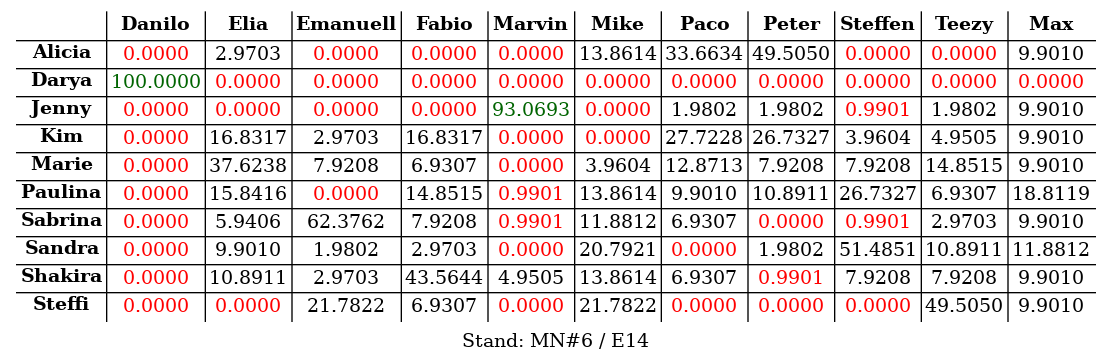
This is s03r/s03r_tab.png from atticus-sullivan/sim-ayto, a Graphviz export, as it was before one commit. Its source is kept beside it as s03r/s03r_tab.dot.
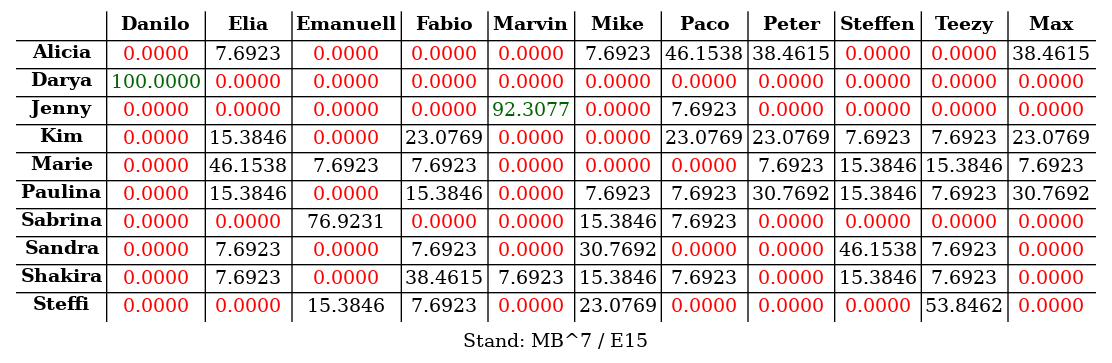
Later version of the same file.

The edit, as a diff of the source:
```diff
@@ -1,4 +1,4 @@
-digraph structs { labelloc="b"; label="Stand: MN#6 / E14"; node[shape=plaintext] struct[label=<
+digraph structs { labelloc="b"; label="Stand: MB^7 / E15"; node[shape=plaintext] struct[label=<
 <table cellspacing="2" border="0" rows="*" columns="*">
 <tr>
 <td></td>
@@ -17,16 +17,16 @@
 <tr>
 <td><B>Alicia</B></td>
 <td><font color="red">0.0000</font></td>
-<td><font color="black">2.9703</font></td>
+<td><font color="black">7.6923</font></td>
 <td><font color="red">0.0000</font></td>
 <td><font color="red">0.0000</font></td>
 <td><font color="red">0.0000</font></td>
-<td><font color="black">13.8614</font></td>
-<td><font color="black">33.6634</font></td>
-<td><font color="black">49.5050</font></td>
+<td><font color="black">7.6923</font></td>
+<td><font color="black">46.1538</font></td>
+<td><font color="black">38.4615</font></td>
 <td><font color="red">0.0000</font></td>
 <td><font color="red">0.0000</font></td>
-<td><font color="black">9.9010</font></td>
+<td><font color="black">38.4615</font></td>
 </tr>
 <tr>
 <td><B>Darya</B></td>
@@ -48,111 +48,111 @@
 <td><font color="red">0.0000</font></td>
 <td><font color="red">0.0000</font></td>
 <td><font color="red">0.0000</font></td>
-<td><font color="darkgreen">93.0693</font></td>
+<td><font color="darkgreen">92.3077</font></td>
 <td><font color="red">0.0000</font></td>
-<td><font color="black">1.9802</font></td>
-<td><font color="black">1.9802</font></td>
-<td><font color="red">0.9901</font></td>
-<td><font color="black">1.9802</font></td>
-<td><font color="black">9.9010</font></td>
+<td><font color="black">7.6923</font></td>
+<td><font color="red">0.0000</font></td>
+<td><font color="red">0.0000</font></td>
+<td><font color="red">0.0000</font></td>
+<td><font color="red">0.0000</font></td>
 </tr>
 <tr>
 <td><B>Kim</B></td>
 <td><font color="red">0.0000</font></td>
-<td><font color="black">16.8317</font></td>
-<td><font color="black">2.9703</font></td>
-<td><font color="black">16.8317</font></td>
+<td><font color="black">15.3846</font></td>
+<td><font color="red">0.0000</font></td>
+<td><font color="black">23.0769</font></td>
 <td><font color="red">0.0000</font></td>
 <td><font color="red">0.0000</font></td>
-<td><font color="black">27.7228</font></td>
-<td><font color="black">26.7327</font></td>
-<td><font color="black">3.9604</font></td>
-<td><font color="black">4.9505</font></td>
-<td><font color="black">9.9010</font></td>
+<td><font color="black">23.0769</font></td>
+<td><font color="black">23.0769</font></td>
+<td><font color="black">7.6923</font></td>
+<td><font color="black">7.6923</font></td>
+<td><font color="black">23.0769</font></td>
 </tr>
 <tr>
 <td><B>Marie</B></td>
 <td><font color="red">0.0000</font></td>
-<td><font color="black">37.6238</font></td>
-<td><font color="black">7.9208</font></td>
-<td><font color="black">6.9307</font></td>
+<td><font color="black">46.1538</font></td>
+<td><font color="black">7.6923</font></td>
+<td><font color="black">7.6923</font></td>
 <td><font color="red">0.0000</font></td>
-<td><font color="black">3.9604</font></td>
-<td><font color="black">12.8713</font></td>
-<td><font color="black">7.9208</font></td>
-<td><font color="black">7.9208</font></td>
-<td><font color="black">14.8515</font></td>
-<td><font color="black">9.9010</font></td>
+<td><font color="red">0.0000</font></td>
+<td><font color="red">0.0000</font></td>
+<td><font color="black">7.6923</font></td>
+<td><font color="black">15.3846</font></td>
+<td><font color="black">15.3846</font></td>
+<td><font color="black">7.6923</font></td>
 </tr>
 <tr>
 <td><B>Paulina</B></td>
 <td><font color="red">0.0000</font></td>
-<td><font color="black">15.8416</font></td>
+<td><font color="black">15.3846</font></td>
 <td><font color="red">0.0000</font></td>
-<td><font color="black">14.8515</font></td>
-<td><font color="red">0.9901</font></td>
-<td><font color="black">13.8614</font></td>
-<td><font color="black">9.9010</font></td>
-<td><font color="black">10.8911</font></td>
-<td><font color="black">26.7327</font></td>
-<td><font color="black">6.9307</font></td>
-<td><font color="black">18.8119</font></td>
+<td><font color="black">15.3846</font></td>
+<td><font color="red">0.0000</font></td>
+<td><font color="black">7.6923</font></td>
+<td><font color="black">7.6923</font></td>
+<td><font color="black">30.7692</font></td>
+<td><font color="black">15.3846</font></td>
+<td><font color="black">7.6923</font></td>
+<td><font color="black">30.7692</font></td>
 </tr>
 <tr>
 <td><B>Sabrina</B></td>
 <td><font color="red">0.0000</font></td>
-<td><font color="black">5.9406</font></td>
-<td><font color="black">62.3762</font></td>
-<td><font color="black">7.9208</font></td>
-<td><font color="red">0.9901</font></td>
-<td><font color="black">11.8812</font></td>
-<td><font color="black">6.9307</font></td>
 <td><font color="red">0.0000</font></td>
-<td><font color="red">0.9901</font></td>
-<td><font color="black">2.9703</font></td>
-<td><font color="black">9.9010</font></td>
+<td><font color="black">76.9231</font></td>
+<td><font color="red">0.0000</font></td>
+<td><font color="red">0.0000</font></td>
+<td><font color="black">15.3846</font></td>
+<td><font color="black">7.6923</font></td>
+<td><font color="red">0.0000</font></td>
+<td><font color="red">0.0000</font></td>
+<td><font color="red">0.0000</font></td>
+<td><font color="red">0.0000</font></td>
 </tr>
 <tr>
 <td><B>Sandra</B></td>
 <td><font color="red">0.0000</font></td>
-<td><font color="black">9.9010</font></td>
-<td><font color="black">1.9802</font></td>
-<td><font color="black">2.9703</font></td>
+<td><font color="black">7.6923</font></td>
 <td><font color="red">0.0000</font></td>
-<td><font color="black">20.7921</font></td>
+<td><font color="black">7.6923</font></td>
 <td><font color="red">0.0000</font></td>
-<td><font color="black">1.9802</font></td>
-<td><font color="black">51.4851</font></td>
-<td><font color="black">10.8911</font></td>
-<td><font color="black">11.8812</font></td>
+<td><font color="black">30.7692</font></td>
+<td><font color="red">0.0000</font></td>
+<td><font color="red">0.0000</font></td>
+<td><font color="black">46.1538</font></td>
+<td><font color="black">7.6923</font></td>
+<td><font color="red">0.0000</font></td>
 </tr>
 <tr>
 <td><B>Shakira</B></td>
 <td><font color="red">0.0000</font></td>
-<td><font color="black">10.8911</font></td>
-<td><font color="black">2.9703</font></td>
-<td><font color="black">43.5644</font></td>
-<td><font color="black">4.9505</font></td>
-<td><font color="black">13.8614</font></td>
-<td><font color="black">6.9307</font></td>
-<td><font color="red">0.9901</font></td>
-<td><font color="black">7.9208</font></td>
-<td><font color="black">7.9208</font></td>
-<td><font color="black">9.9010</font></td>
+<td><font color="black">7.6923</font></td>
+<td><font color="red">0.0000</font></td>
+<td><font color="black">38.4615</font></td>
+<td><font color="black">7.6923</font></td>
+<td><font color="black">15.3846</font></td>
+<td><font color="black">7.6923</font></td>
+<td><font color="red">0.0000</font></td>
+<td><font color="black">15.3846</font></td>
+<td><font color="black">7.6923</font></td>
+<td><font color="red">0.0000</font></td>
 </tr>
 <tr>
 <td><B>Steffi</B></td>
 <td><font color="red">0.0000</font></td>
 <td><font color="red">0.0000</font></td>
-<td><font color="black">21.7822</font></td>
-<td><font color="black">6.9307</font></td>
+<td><font color="black">15.3846</font></td>
+<td><font color="black">7.6923</font></td>
 <td><font color="red">0.0000</font></td>
-<td><font color="black">21.7822</font></td>
+<td><font color="black">23.0769</font></td>
 <td><font color="red">0.0000</font></td>
 <td><font color="red">0.0000</font></td>
 <td><font color="red">0.0000</font></td>
-<td><font color="black">49.5050</font></td>
-<td><font color="black">9.9010</font></td>
+<td><font color="black">53.8462</font></td>
+<td><font color="red">0.0000</font></td>
 </tr>
 </table>
 >];}
```
